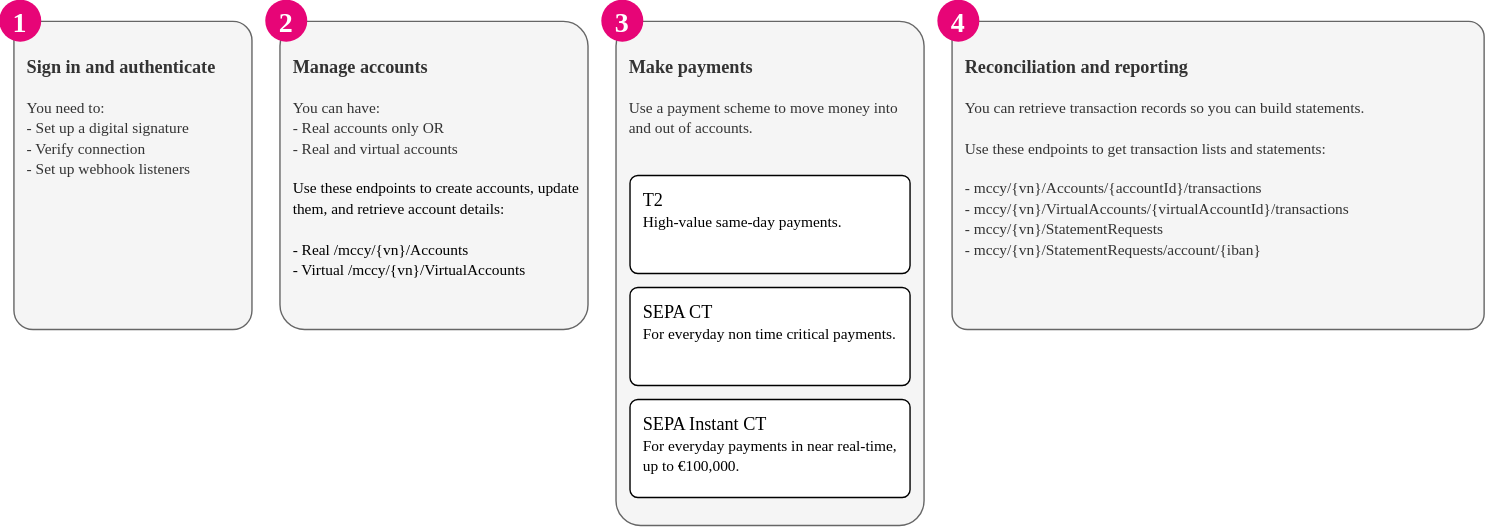
clearbank/clearbank.github.io keeps this draw.io diagram as assets/images/diagrams/eu/api/system-overview-europe.svg. Above is the earlier version. Source tidied: cells renumbered, new cells last; positions are measured from the earlier drawing's top-left corner, leaving out a move shared by most shapes.
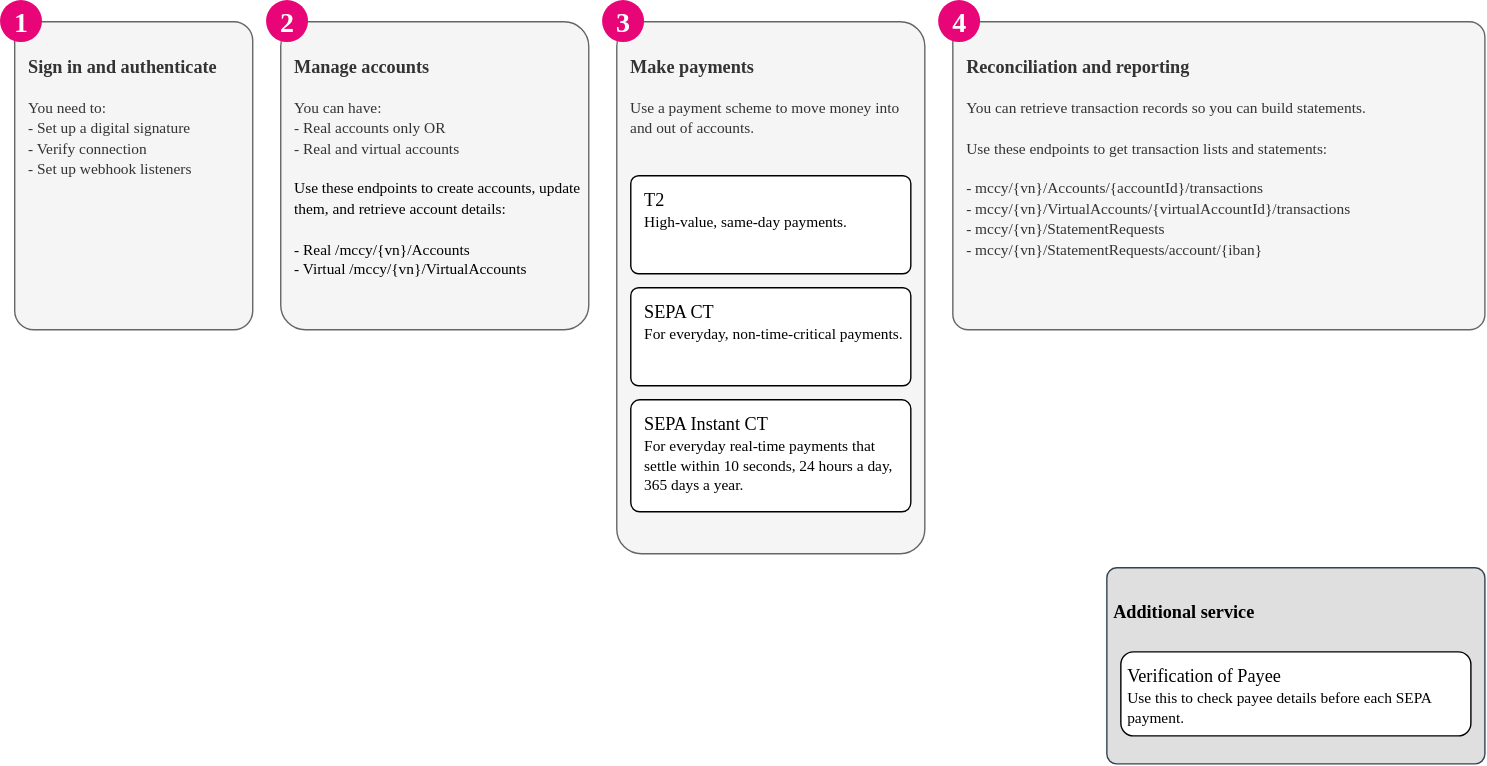
The same diagram one commit later.

The edit, as a diff of the source:
```diff
@@ -12,9 +12,9 @@
       <mxGeometry x="200" y="15" width="220" height="220" as="geometry" />
     </mxCell>
     <mxCell id="5" value="&lt;h3&gt;&lt;font style=&quot;font-size: 13px;&quot; face=&quot;Clear Sans Text&quot;&gt;Make payments&lt;/font&gt;&lt;/h3&gt;&lt;font style=&quot;font-size: 11px;&quot;&gt;Use a payment scheme to move money into and out of accounts.&lt;/font&gt;" style="rounded=1;whiteSpace=wrap;html=1;align=left;spacingLeft=5;spacingRight=0;spacing=5;verticalAlign=top;arcSize=8;fillColor=#f5f5f5;fontColor=#333333;strokeColor=#666666;fontFamily=Clear Sans Display;" parent="1" vertex="1">
-      <mxGeometry x="440" y="15" width="220" height="360" as="geometry" />
+      <mxGeometry x="440" y="15" width="220" height="380" as="geometry" />
     </mxCell>
-    <mxCell id="6" value="&lt;font style=&quot;font-size: 13px;&quot; face=&quot;Clear Sans Text&quot;&gt;T2&lt;/font&gt;&lt;br&gt;&lt;span style=&quot;font-size: 11px;&quot;&gt;High-value same-day payments&lt;/span&gt;&lt;font style=&quot;font-size: 11px;&quot;&gt;.&lt;br&gt;&lt;/font&gt;" style="rounded=1;whiteSpace=wrap;html=1;align=left;spacingLeft=5;spacingRight=0;spacing=5;verticalAlign=top;arcSize=8;fontFamily=Clear Sans Display;" parent="1" vertex="1">
+    <mxCell id="6" value="&lt;font style=&quot;font-size: 13px;&quot; face=&quot;Clear Sans Text&quot;&gt;T2&lt;/font&gt;&lt;br&gt;&lt;span style=&quot;font-size: 11px;&quot;&gt;High-value, same-day payments&lt;/span&gt;&lt;font style=&quot;font-size: 11px;&quot;&gt;.&lt;br&gt;&lt;/font&gt;" style="rounded=1;whiteSpace=wrap;html=1;align=left;spacingLeft=5;spacingRight=0;spacing=5;verticalAlign=top;arcSize=8;fontFamily=Clear Sans Display;" parent="1" vertex="1">
       <mxGeometry x="450" y="125" width="200" height="70" as="geometry" />
     </mxCell>
     <mxCell id="7" value="&lt;span&gt;&lt;font style=&quot;font-size: 20px;&quot;&gt;1&lt;/font&gt;&lt;/span&gt;" style="ellipse;whiteSpace=wrap;html=1;fontFamily=Clear Sans Text;fontSize=11;fontColor=#FFFFFF;fillColor=#e70577;strokeColor=none;spacingLeft=0;fontStyle=1;" parent="1" vertex="1">
@@ -29,11 +29,17 @@
     <mxCell id="10" value="&lt;span&gt;&lt;font style=&quot;font-size: 20px;&quot;&gt;4&lt;/font&gt;&lt;/span&gt;" style="ellipse;whiteSpace=wrap;html=1;fontFamily=Clear Sans Text;fontSize=11;fontColor=#FFFFFF;fillColor=#e70577;strokeColor=none;spacingLeft=0;fontStyle=1;" parent="1" vertex="1">
       <mxGeometry x="670" width="30" height="30" as="geometry" />
     </mxCell>
-    <mxCell id="11" value="&lt;font style=&quot;font-size: 13px;&quot; face=&quot;Clear Sans Text&quot;&gt;SEPA CT&lt;/font&gt;&lt;br&gt;&lt;font style=&quot;&quot;&gt;&lt;span style=&quot;font-size: 11px;&quot;&gt;For everyday non time critical payments.&lt;/span&gt;&lt;br&gt;&lt;/font&gt;" style="rounded=1;whiteSpace=wrap;html=1;align=left;spacingLeft=5;spacingRight=0;spacing=5;verticalAlign=top;arcSize=8;fontFamily=Clear Sans Display;" parent="1" vertex="1">
+    <mxCell id="11" value="&lt;font style=&quot;font-size: 13px;&quot; face=&quot;Clear Sans Text&quot;&gt;SEPA CT&lt;/font&gt;&lt;br&gt;&lt;font style=&quot;&quot;&gt;&lt;span style=&quot;font-size: 11px;&quot;&gt;For everyday, non-time-critical payments.&lt;/span&gt;&lt;br&gt;&lt;/font&gt;" style="rounded=1;whiteSpace=wrap;html=1;align=left;spacingLeft=5;spacingRight=0;spacing=5;verticalAlign=top;arcSize=8;fontFamily=Clear Sans Display;" parent="1" vertex="1">
       <mxGeometry x="450" y="205" width="200" height="70" as="geometry" />
     </mxCell>
-    <mxCell id="12" value="&lt;font face=&quot;Clear Sans Text&quot;&gt;&lt;font style=&quot;font-size: 13px;&quot;&gt;SEPA Instant CT&lt;/font&gt;&lt;br&gt;&lt;/font&gt;&lt;span style=&quot;font-size: 11px;&quot;&gt;For everyday payments in near real-time, up to €100,000&lt;/span&gt;&lt;font style=&quot;font-size: 11px;&quot;&gt;.&lt;br&gt;&lt;/font&gt;" style="rounded=1;whiteSpace=wrap;html=1;align=left;spacingLeft=5;spacingRight=0;spacing=5;verticalAlign=top;arcSize=8;fontFamily=Clear Sans Display;" parent="1" vertex="1">
-      <mxGeometry x="450" y="285" width="200" height="70" as="geometry" />
+    <mxCell id="12" value="&lt;font face=&quot;Clear Sans Text&quot;&gt;&lt;font style=&quot;font-size: 13px;&quot;&gt;SEPA Instant CT&lt;/font&gt;&lt;br&gt;&lt;/font&gt;&lt;span style=&quot;font-size: 11px;&quot;&gt;For everyday real-time payments that settle within 10 seconds, 24 hours a day, 365 days a year.&lt;/span&gt;&lt;font style=&quot;font-size: 11px;&quot;&gt;&lt;br&gt;&lt;/font&gt;&lt;div&gt;&lt;span style=&quot;font-size: 11px;&quot;&gt;&lt;br&gt;&lt;/span&gt;&lt;/div&gt;" style="rounded=1;whiteSpace=wrap;html=1;align=left;spacingLeft=5;spacingRight=0;spacing=5;verticalAlign=top;arcSize=8;fontFamily=Clear Sans Display;" parent="1" vertex="1">
+      <mxGeometry x="450" y="285" width="200" height="80" as="geometry" />
     </mxCell>
+    <mxCell id="13" value="&lt;div&gt;&lt;b&gt;&lt;br&gt;&lt;/b&gt;&lt;/div&gt;&lt;div&gt;&lt;font face=&quot;Clear Sans Display&quot;&gt;&lt;span style=&quot;font-size: 13px;&quot;&gt;&lt;b&gt;Additional service&lt;/b&gt;&lt;/span&gt;&lt;/font&gt;&lt;/div&gt;" style="rounded=1;whiteSpace=wrap;html=1;align=left;spacingLeft=0;spacingRight=0;spacing=5;verticalAlign=top;arcSize=5;fillColor=#dfdfdf;fontColor=#000000;strokeColor=#314354;" parent="1" vertex="1">
+      <mxGeometry x="790" y="405" width="270" height="140" as="geometry" />
+    </mxCell>
+    <mxCell id="14" value="&lt;font style=&quot;font-size: 13px;&quot; face=&quot;Clear Sans Display&quot;&gt;Verification of Payee&lt;/font&gt;&lt;br&gt;&lt;font style=&quot;font-size: 11px;&quot; face=&quot;Clear Sans Text&quot;&gt;Use this to check payee details before each SEPA payment.&lt;/font&gt;" style="rounded=1;whiteSpace=wrap;html=1;align=left;spacingLeft=0;spacingRight=0;spacing=5;verticalAlign=top;" parent="1" vertex="1">
+      <mxGeometry x="800" y="465" width="250" height="60" as="geometry" />
+    </mxCell>
   </root>
 </mxGraphModel>
```
